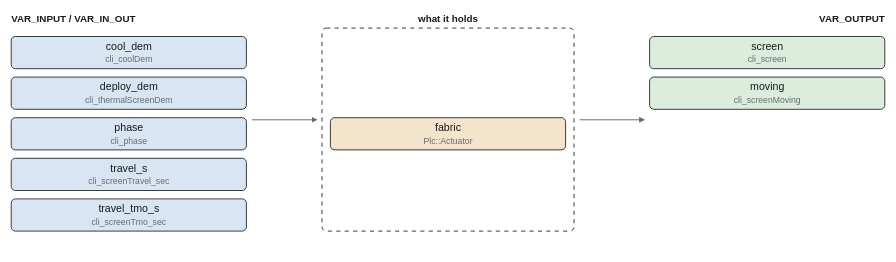
Above: images/logic/screen.drawio.svg in pstch/botanik2 (draw.io), before the change. Source tidied: cells renumbered, new cells last; positions are measured from the earlier drawing's top-left corner, leaving out a move shared by most shapes. The source it was exported from:
```xml
<mxGraphModel>
  <root>
    <mxCell id="0" />
    <mxCell id="1" parent="0" />
    <mxCell id="2" value="VAR_INPUT / VAR_IN_OUT" style="text;html=1;fontSize=7;fontColor=#1a1a1a;align=left;fontStyle=1;" parent="1" vertex="1">
      <mxGeometry width="110" height="11" as="geometry" />
    </mxCell>
    <mxCell id="3" value="what it holds" style="text;html=1;fontSize=7;fontColor=#1a1a1a;align=center;fontStyle=1;" parent="1" vertex="1">
      <mxGeometry x="312" width="65" height="11" as="geometry" />
    </mxCell>
    <mxCell id="4" value="VAR_OUTPUT" style="text;html=1;fontSize=7;fontColor=#1a1a1a;align=left;fontStyle=1;" parent="1" vertex="1">
      <mxGeometry x="624" width="50" height="11" as="geometry" />
    </mxCell>
    <mxCell id="5" value="cool_dem" style="rounded=1;fillColor=#d8e6f3;strokeColor=#1a1a1a;whiteSpace=wrap;html=1;fontSize=8;" parent="1" vertex="1">
      <mxGeometry y="17" width="168" height="23" as="geometry" />
    </mxCell>
    <mxCell id="6" value="deploy_dem" style="rounded=1;fillColor=#d8e6f3;strokeColor=#1a1a1a;whiteSpace=wrap;html=1;fontSize=8;" parent="1" vertex="1">
      <mxGeometry y="46" width="168" height="23" as="geometry" />
    </mxCell>
    <mxCell id="7" value="phase" style="rounded=1;fillColor=#d8e6f3;strokeColor=#1a1a1a;whiteSpace=wrap;html=1;fontSize=8;" parent="1" vertex="1">
      <mxGeometry y="75" width="168" height="23" as="geometry" />
    </mxCell>
    <mxCell id="8" value="travel_s" style="rounded=1;fillColor=#d8e6f3;strokeColor=#1a1a1a;whiteSpace=wrap;html=1;fontSize=8;" parent="1" vertex="1">
      <mxGeometry y="104" width="168" height="23" as="geometry" />
    </mxCell>
    <mxCell id="9" value="travel_tmo_s" style="rounded=1;fillColor=#d8e6f3;strokeColor=#1a1a1a;whiteSpace=wrap;html=1;fontSize=8;" parent="1" vertex="1">
      <mxGeometry y="133" width="168" height="23" as="geometry" />
    </mxCell>
    <mxCell id="10" value="screen" style="rounded=1;fillColor=#dbeedd;strokeColor=#1a1a1a;whiteSpace=wrap;html=1;fontSize=8;" parent="1" vertex="1">
      <mxGeometry x="456" y="17" width="168" height="23" as="geometry" />
    </mxCell>
    <mxCell id="11" value="moving" style="rounded=1;fillColor=#dbeedd;strokeColor=#1a1a1a;whiteSpace=wrap;html=1;fontSize=8;" parent="1" vertex="1">
      <mxGeometry x="456" y="46" width="168" height="23" as="geometry" />
    </mxCell>
    <mxCell id="12" style="rounded=1;fillColor=#ffffff;strokeColor=#1a1a1a;whiteSpace=wrap;html=1;fontSize=8;dashed=1;" parent="1" vertex="1">
      <mxGeometry x="222" y="11" width="180" height="145" as="geometry" />
    </mxCell>
    <mxCell id="13" value="fabric" style="rounded=1;fillColor=#f2e5cc;strokeColor=#1a1a1a;whiteSpace=wrap;html=1;fontSize=8;" parent="1" vertex="1">
      <mxGeometry x="228" y="75" width="168" height="23" as="geometry" />
    </mxCell>
    <mxCell id="14" style="edgeStyle=none;html=1;strokeColor=#6b6b6b;endArrow=block;" parent="1" edge="1">
      <mxGeometry relative="1" as="geometry">
        <mxPoint x="172" y="76.5" as="sourcePoint" />
        <mxPoint x="218" y="76.5" as="targetPoint" />
      </mxGeometry>
    </mxCell>
    <mxCell id="15" style="edgeStyle=none;html=1;strokeColor=#6b6b6b;endArrow=block;" parent="1" edge="1">
      <mxGeometry relative="1" as="geometry">
        <mxPoint x="406" y="76.5" as="sourcePoint" />
        <mxPoint x="452" y="76.5" as="targetPoint" />
      </mxGeometry>
    </mxCell>
  </root>
</mxGraphModel>
```
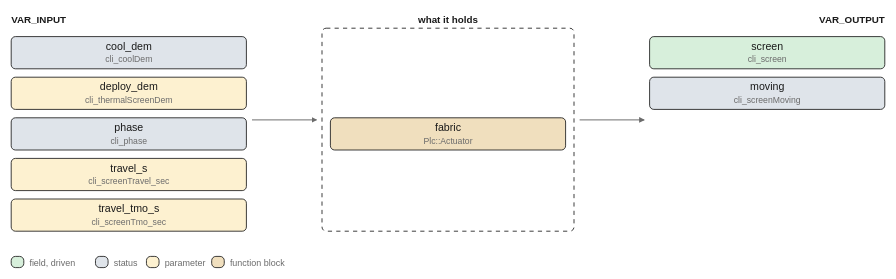
After the commit.

The edit, as a diff of the source:
```diff
@@ -2,8 +2,8 @@
   <root>
     <mxCell id="0" />
     <mxCell id="1" parent="0" />
-    <mxCell id="2" value="VAR_INPUT / VAR_IN_OUT" style="text;html=1;fontSize=7;fontColor=#1a1a1a;align=left;fontStyle=1;" parent="1" vertex="1">
-      <mxGeometry width="110" height="11" as="geometry" />
+    <mxCell id="2" value="VAR_INPUT" style="text;html=1;fontSize=7;fontColor=#1a1a1a;align=left;fontStyle=1;" parent="1" vertex="1">
+      <mxGeometry width="45" height="11" as="geometry" />
     </mxCell>
     <mxCell id="3" value="what it holds" style="text;html=1;fontSize=7;fontColor=#1a1a1a;align=center;fontStyle=1;" parent="1" vertex="1">
       <mxGeometry x="312" width="65" height="11" as="geometry" />
@@ -11,31 +11,31 @@
     <mxCell id="4" value="VAR_OUTPUT" style="text;html=1;fontSize=7;fontColor=#1a1a1a;align=left;fontStyle=1;" parent="1" vertex="1">
       <mxGeometry x="624" width="50" height="11" as="geometry" />
     </mxCell>
-    <mxCell id="5" value="cool_dem" style="rounded=1;fillColor=#d8e6f3;strokeColor=#1a1a1a;whiteSpace=wrap;html=1;fontSize=8;" parent="1" vertex="1">
+    <mxCell id="5" value="cool_dem" style="rounded=1;fillColor=#dfe4ea;strokeColor=#1a1a1a;whiteSpace=wrap;html=1;fontSize=8;" parent="1" vertex="1">
       <mxGeometry y="17" width="168" height="23" as="geometry" />
     </mxCell>
-    <mxCell id="6" value="deploy_dem" style="rounded=1;fillColor=#d8e6f3;strokeColor=#1a1a1a;whiteSpace=wrap;html=1;fontSize=8;" parent="1" vertex="1">
+    <mxCell id="6" value="deploy_dem" style="rounded=1;fillColor=#fdf1d0;strokeColor=#1a1a1a;whiteSpace=wrap;html=1;fontSize=8;" parent="1" vertex="1">
       <mxGeometry y="46" width="168" height="23" as="geometry" />
     </mxCell>
-    <mxCell id="7" value="phase" style="rounded=1;fillColor=#d8e6f3;strokeColor=#1a1a1a;whiteSpace=wrap;html=1;fontSize=8;" parent="1" vertex="1">
+    <mxCell id="7" value="phase" style="rounded=1;fillColor=#dfe4ea;strokeColor=#1a1a1a;whiteSpace=wrap;html=1;fontSize=8;" parent="1" vertex="1">
       <mxGeometry y="75" width="168" height="23" as="geometry" />
     </mxCell>
-    <mxCell id="8" value="travel_s" style="rounded=1;fillColor=#d8e6f3;strokeColor=#1a1a1a;whiteSpace=wrap;html=1;fontSize=8;" parent="1" vertex="1">
+    <mxCell id="8" value="travel_s" style="rounded=1;fillColor=#fdf1d0;strokeColor=#1a1a1a;whiteSpace=wrap;html=1;fontSize=8;" parent="1" vertex="1">
       <mxGeometry y="104" width="168" height="23" as="geometry" />
     </mxCell>
-    <mxCell id="9" value="travel_tmo_s" style="rounded=1;fillColor=#d8e6f3;strokeColor=#1a1a1a;whiteSpace=wrap;html=1;fontSize=8;" parent="1" vertex="1">
+    <mxCell id="9" value="travel_tmo_s" style="rounded=1;fillColor=#fdf1d0;strokeColor=#1a1a1a;whiteSpace=wrap;html=1;fontSize=8;" parent="1" vertex="1">
       <mxGeometry y="133" width="168" height="23" as="geometry" />
     </mxCell>
-    <mxCell id="10" value="screen" style="rounded=1;fillColor=#dbeedd;strokeColor=#1a1a1a;whiteSpace=wrap;html=1;fontSize=8;" parent="1" vertex="1">
+    <mxCell id="10" value="screen" style="rounded=1;fillColor=#d7efdb;strokeColor=#1a1a1a;whiteSpace=wrap;html=1;fontSize=8;" parent="1" vertex="1">
       <mxGeometry x="456" y="17" width="168" height="23" as="geometry" />
     </mxCell>
-    <mxCell id="11" value="moving" style="rounded=1;fillColor=#dbeedd;strokeColor=#1a1a1a;whiteSpace=wrap;html=1;fontSize=8;" parent="1" vertex="1">
+    <mxCell id="11" value="moving" style="rounded=1;fillColor=#dfe4ea;strokeColor=#1a1a1a;whiteSpace=wrap;html=1;fontSize=8;" parent="1" vertex="1">
       <mxGeometry x="456" y="46" width="168" height="23" as="geometry" />
     </mxCell>
     <mxCell id="12" style="rounded=1;fillColor=#ffffff;strokeColor=#1a1a1a;whiteSpace=wrap;html=1;fontSize=8;dashed=1;" parent="1" vertex="1">
       <mxGeometry x="222" y="11" width="180" height="145" as="geometry" />
     </mxCell>
-    <mxCell id="13" value="fabric" style="rounded=1;fillColor=#f2e5cc;strokeColor=#1a1a1a;whiteSpace=wrap;html=1;fontSize=8;" parent="1" vertex="1">
+    <mxCell id="13" value="fabric" style="rounded=1;fillColor=#f0dfbe;strokeColor=#1a1a1a;whiteSpace=wrap;html=1;fontSize=8;" parent="1" vertex="1">
       <mxGeometry x="228" y="75" width="168" height="23" as="geometry" />
     </mxCell>
     <mxCell id="14" style="edgeStyle=none;html=1;strokeColor=#6b6b6b;endArrow=block;" parent="1" edge="1">
@@ -50,5 +50,29 @@
         <mxPoint x="452" y="76.5" as="targetPoint" />
       </mxGeometry>
     </mxCell>
+    <mxCell id="16" style="rounded=1;fillColor=#d7efdb;strokeColor=#1a1a1a;whiteSpace=wrap;html=1;fontSize=8;" parent="1" vertex="1">
+      <mxGeometry y="174" width="9" height="8" as="geometry" />
+    </mxCell>
+    <mxCell id="17" value="field, driven" style="text;html=1;fontSize=6;fontColor=#6b6b6b;align=left;" parent="1" vertex="1">
+      <mxGeometry x="13" y="174.6" width="65" height="10.4" as="geometry" />
+    </mxCell>
+    <mxCell id="18" style="rounded=1;fillColor=#dfe4ea;strokeColor=#1a1a1a;whiteSpace=wrap;html=1;fontSize=8;" parent="1" vertex="1">
+      <mxGeometry x="60.2" y="174" width="9" height="8" as="geometry" />
+    </mxCell>
+    <mxCell id="19" value="status" style="text;html=1;fontSize=6;fontColor=#6b6b6b;align=left;" parent="1" vertex="1">
+      <mxGeometry x="73.2" y="174.6" width="40" height="10.4" as="geometry" />
+    </mxCell>
+    <mxCell id="20" style="rounded=1;fillColor=#fdf1d0;strokeColor=#1a1a1a;whiteSpace=wrap;html=1;fontSize=8;" parent="1" vertex="1">
+      <mxGeometry x="96.6" y="174" width="9" height="8" as="geometry" />
+    </mxCell>
+    <mxCell id="21" value="parameter" style="text;html=1;fontSize=6;fontColor=#6b6b6b;align=left;" parent="1" vertex="1">
+      <mxGeometry x="109.6" y="174.6" width="45" height="10.4" as="geometry" />
+    </mxCell>
+    <mxCell id="22" style="rounded=1;fillColor=#f0dfbe;strokeColor=#1a1a1a;whiteSpace=wrap;html=1;fontSize=8;" parent="1" vertex="1">
+      <mxGeometry x="143.2" y="174" width="9" height="8" as="geometry" />
+    </mxCell>
+    <mxCell id="23" value="function block" style="text;html=1;fontSize=6;fontColor=#6b6b6b;align=left;" parent="1" vertex="1">
+      <mxGeometry x="156.2" y="174.6" width="70" height="10.4" as="geometry" />
+    </mxCell>
   </root>
 </mxGraphModel>
```
